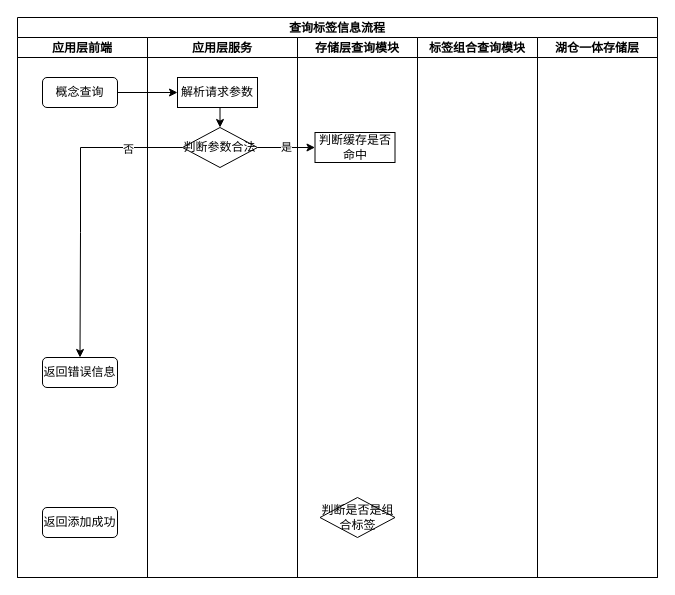
Before: tupian/查询标签信息.drawio in JJFatherL/biyesheji, a draw.io diagram. Source tidied: cells renumbered, new cells numbered last; positions are measured from the earlier drawing's top-left corner, leaving out a move shared by most shapes. Both pictures are drawn from the tidied source at 100%, with x=0, y=0 at pixel (17, 17).
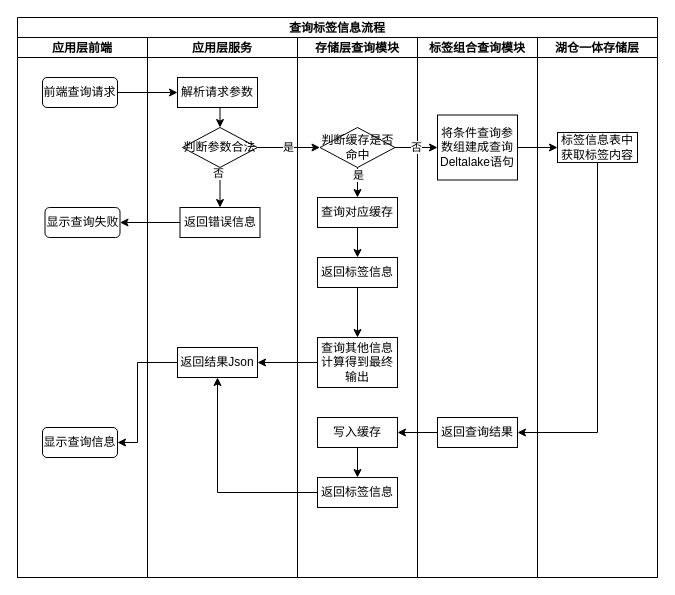
The same page after the edit.

Commit message (it also covers changes not shown here):
更新查询标签信息.drawio

The change refers to these unchanged cells:
```xml
<mxCell id="2" value="查询标签信息流程" style="swimlane;startSize=20;" parent="1" vertex="1">
  <mxGeometry width="640" height="560" as="geometry" />
</mxCell>
<mxCell id="3" value="应用层前端" style="swimlane;startSize=20;" parent="2" vertex="1">
  <mxGeometry y="20" width="130" height="540" as="geometry" />
</mxCell>
<mxCell id="7" value="应用层服务" style="swimlane;startSize=20;" parent="2" vertex="1">
  <mxGeometry x="130" y="20" width="150" height="540" as="geometry" />
</mxCell>
<mxCell id="10" value="判断参数合法" style="rhombus;whiteSpace=wrap;html=1;" parent="7" vertex="1">
  <mxGeometry x="35" y="90" width="75" height="40" as="geometry" />
</mxCell>
<mxCell id="11" value="存储层查询模块" style="swimlane;startSize=20;" parent="2" vertex="1">
  <mxGeometry x="280" y="20" width="120" height="540" as="geometry" />
</mxCell>
<mxCell id="14" value="标签组合查询模块" style="swimlane;startSize=20;" parent="2" vertex="1">
  <mxGeometry x="400" y="20" width="120" height="540" as="geometry" />
</mxCell>
<mxCell id="18" value="湖仓一体存储层" style="swimlane;startSize=20;" parent="2" vertex="1">
  <mxGeometry x="520" y="20" width="120" height="540" as="geometry" />
</mxCell>
```

The edit, as a diff of the source:
```diff
@@
-    <mxCell id="4" value="概念查询" style="rounded=1;whiteSpace=wrap;html=1;" parent="3" vertex="1">
+    <mxCell id="4" value="前端查询请求" style="rounded=1;whiteSpace=wrap;html=1;" parent="3" vertex="1">
       <mxGeometry x="25" y="40" width="75" height="30" as="geometry" />
     </mxCell>
+    <mxCell id="6" value="显示查询信息" style="rounded=1;whiteSpace=wrap;html=1;" parent="3" vertex="1">
+      <mxGeometry x="25" y="390" width="75" height="30" as="geometry" />
+    </mxCell>
-    <mxCell id="5" value="返回错误信息" style="rounded=1;whiteSpace=wrap;html=1;" parent="3" vertex="1">
-      <mxGeometry x="25" y="320" width="75" height="30" as="geometry" />
+    <mxCell id="5" value="显示查询失败" style="rounded=1;whiteSpace=wrap;html=1;" parent="3" vertex="1">
+      <mxGeometry x="27.5" y="170" width="75" height="30" as="geometry" />
     </mxCell>
-    <mxCell id="6" value="返回添加成功" style="rounded=1;whiteSpace=wrap;html=1;" parent="3" vertex="1">
-      <mxGeometry x="25" y="470" width="75" height="30" as="geometry" />
-    </mxCell>
@@
+    <mxCell id="20" style="edgeStyle=orthogonalEdgeStyle;rounded=0;jettySize=auto;html=1;exitX=0.5;exitY=1;exitDx=0;exitDy=0;" parent="7" edge="1" source="10" target="22">
+      <mxGeometry relative="1" as="geometry" />
+    </mxCell>
+    <mxCell id="17" value="否" style="edgeLabel;html=1;align=center;verticalAlign=middle;" parent="20" vertex="1">
+      <mxGeometry x="-0.76" y="-2" relative="1" as="geometry" />
+    </mxCell>
@@
+    <mxCell id="21" value="返回结果Json" style="rounded=0;whiteSpace=wrap;html=1;" parent="7" vertex="1">
+      <mxGeometry x="30" y="310" width="80" height="30" as="geometry" />
+    </mxCell>
+    <mxCell id="22" value="返回错误信息" style="rounded=0;whiteSpace=wrap;html=1;" parent="7" vertex="1">
+      <mxGeometry x="32.5" y="170" width="80" height="30" as="geometry" />
+    </mxCell>
@@
+    <mxCell id="23" style="edgeStyle=orthogonalEdgeStyle;rounded=0;jettySize=auto;html=1;entryX=0.5;entryY=0;entryDx=0;entryDy=0;" parent="11" edge="1" source="12" target="26">
+      <mxGeometry relative="1" as="geometry" />
+    </mxCell>
+    <mxCell id="24" value="是" style="edgeLabel;html=1;align=center;verticalAlign=middle;" parent="23" vertex="1">
+      <mxGeometry x="-0.72" relative="1" as="geometry" />
+    </mxCell>
-    <mxCell id="12" value="判断是否是组合标签" style="rhombus;whiteSpace=wrap;html=1;" parent="11" vertex="1">
-      <mxGeometry x="22.5" y="460" width="75" height="40" as="geometry" />
+    <mxCell id="12" value="判断缓存是否命中" style="rhombus;whiteSpace=wrap;html=1;" parent="11" vertex="1">
+      <mxGeometry x="22.5" y="90" width="75" height="40" as="geometry" />
     </mxCell>
-    <mxCell id="13" value="判断缓存是否命中" style="rounded=0;whiteSpace=wrap;html=1;" parent="11" vertex="1">
-      <mxGeometry x="17.5" y="95" width="80" height="30" as="geometry" />
-    </mxCell>
+    <mxCell id="25" style="edgeStyle=orthogonalEdgeStyle;rounded=0;jettySize=auto;html=1;" parent="11" edge="1" source="26" target="28">
+      <mxGeometry relative="1" as="geometry" />
+    </mxCell>
+    <mxCell id="26" value="查询对应缓存" style="rounded=0;whiteSpace=wrap;html=1;" parent="11" vertex="1">
+      <mxGeometry x="20" y="160" width="80" height="30" as="geometry" />
+    </mxCell>
+    <mxCell id="27" style="edgeStyle=orthogonalEdgeStyle;rounded=0;jettySize=auto;html=1;entryX=0.5;entryY=0;entryDx=0;entryDy=0;" parent="11" edge="1" source="28" target="29">
+      <mxGeometry relative="1" as="geometry" />
+    </mxCell>
+    <mxCell id="28" value="返回标签信息" style="rounded=0;whiteSpace=wrap;html=1;" parent="11" vertex="1">
+      <mxGeometry x="20" y="220" width="80" height="30" as="geometry" />
+    </mxCell>
+    <mxCell id="29" value="查询其他信息计算得到最终输出" style="rounded=0;whiteSpace=wrap;html=1;" parent="11" vertex="1">
+      <mxGeometry x="20" y="300" width="80" height="50" as="geometry" />
+    </mxCell>
+    <mxCell id="30" style="edgeStyle=orthogonalEdgeStyle;rounded=0;jettySize=auto;html=1;exitX=0.5;exitY=1;exitDx=0;exitDy=0;" parent="11" edge="1" source="31" target="32">
+      <mxGeometry relative="1" as="geometry" />
+    </mxCell>
+    <mxCell id="31" value="写入缓存" style="rounded=0;whiteSpace=wrap;html=1;" parent="11" vertex="1">
+      <mxGeometry x="20" y="380" width="80" height="30" as="geometry" />
+    </mxCell>
+    <mxCell id="32" value="返回标签信息" style="rounded=0;whiteSpace=wrap;html=1;" parent="11" vertex="1">
+      <mxGeometry x="20" y="440" width="80" height="30" as="geometry" />
+    </mxCell>
@@
+    <mxCell id="33" value="将条件查询参数组建成查询Deltalake语句" style="rounded=0;whiteSpace=wrap;html=1;" parent="14" vertex="1">
+      <mxGeometry x="20" y="77.5" width="80" height="65" as="geometry" />
+    </mxCell>
+    <mxCell id="34" value="返回查询结果" style="rounded=0;whiteSpace=wrap;html=1;" parent="14" vertex="1">
+      <mxGeometry x="20" y="380" width="80" height="30" as="geometry" />
+    </mxCell>
@@
-    <mxCell id="16" style="edgeStyle=orthogonalEdgeStyle;rounded=0;jettySize=auto;html=1;exitX=0;exitY=0.5;exitDx=0;exitDy=0;entryX=0.5;entryY=0;entryDx=0;entryDy=0;" parent="2" edge="1" source="10" target="5">
-      <mxGeometry relative="1" as="geometry">
-        <Array as="points">
-          <mxPoint x="63" y="130" />
-          <mxPoint x="63" y="215" />
-        </Array>
-      </mxGeometry>
-    </mxCell>
-    <mxCell id="17" value="否" style="edgeLabel;html=1;align=center;verticalAlign=middle;" parent="16" vertex="1">
-      <mxGeometry x="-0.65" y="1" relative="1" as="geometry" />
-    </mxCell>
@@
+    <mxCell id="35" value="标签信息表中获取标签内容" style="rounded=0;whiteSpace=wrap;html=1;" parent="18" vertex="1">
+      <mxGeometry x="20" y="95" width="80" height="30" as="geometry" />
+    </mxCell>
-    <mxCell id="19" value="是" style="edgeStyle=orthogonalEdgeStyle;rounded=0;jettySize=auto;html=1;exitX=1;exitY=0.5;exitDx=0;exitDy=0;" parent="2" edge="1" source="10" target="13">
+    <mxCell id="19" value="是" style="edgeStyle=orthogonalEdgeStyle;rounded=0;jettySize=auto;html=1;exitX=1;exitY=0.5;exitDx=0;exitDy=0;entryX=0;entryY=0.5;entryDx=0;entryDy=0;" parent="2" edge="1" source="10" target="12">
       <mxGeometry relative="1" as="geometry" />
     </mxCell>
+    <mxCell id="36" style="edgeStyle=orthogonalEdgeStyle;rounded=0;jettySize=auto;html=1;entryX=1;entryY=0.5;entryDx=0;entryDy=0;" parent="2" edge="1" source="29" target="21">
+      <mxGeometry relative="1" as="geometry" />
+    </mxCell>
+    <mxCell id="37" style="edgeStyle=orthogonalEdgeStyle;rounded=0;jettySize=auto;html=1;exitX=0;exitY=0.5;exitDx=0;exitDy=0;" parent="2" edge="1" source="22" target="5">
+      <mxGeometry relative="1" as="geometry" />
+    </mxCell>
+    <mxCell id="38" style="edgeStyle=orthogonalEdgeStyle;rounded=0;jettySize=auto;html=1;exitX=0;exitY=0.5;exitDx=0;exitDy=0;entryX=1;entryY=0.5;entryDx=0;entryDy=0;" parent="2" edge="1" source="21" target="6">
+      <mxGeometry relative="1" as="geometry">
+        <Array as="points">
+          <mxPoint x="120" y="345" />
+          <mxPoint x="120" y="425" />
+        </Array>
+      </mxGeometry>
+    </mxCell>
+    <mxCell id="39" value="否" style="edgeStyle=orthogonalEdgeStyle;rounded=0;jettySize=auto;html=1;exitX=1;exitY=0.5;exitDx=0;exitDy=0;entryX=0;entryY=0.5;entryDx=0;entryDy=0;" parent="2" edge="1" source="12" target="33">
+      <mxGeometry relative="1" as="geometry" />
+    </mxCell>
+    <mxCell id="40" style="edgeStyle=orthogonalEdgeStyle;rounded=0;jettySize=auto;html=1;exitX=1;exitY=0.5;exitDx=0;exitDy=0;" parent="2" edge="1" source="33" target="35">
+      <mxGeometry relative="1" as="geometry" />
+    </mxCell>
+    <mxCell id="41" style="edgeStyle=orthogonalEdgeStyle;rounded=0;jettySize=auto;html=1;exitX=0.5;exitY=1;exitDx=0;exitDy=0;entryX=1;entryY=0.5;entryDx=0;entryDy=0;" parent="2" edge="1" source="35" target="34">
+      <mxGeometry relative="1" as="geometry" />
+    </mxCell>
+    <mxCell id="42" style="edgeStyle=orthogonalEdgeStyle;rounded=0;jettySize=auto;html=1;exitX=0;exitY=0.5;exitDx=0;exitDy=0;entryX=1;entryY=0.5;entryDx=0;entryDy=0;" parent="2" edge="1" source="34" target="31">
+      <mxGeometry relative="1" as="geometry" />
+    </mxCell>
+    <mxCell id="43" style="edgeStyle=orthogonalEdgeStyle;rounded=0;jettySize=auto;html=1;exitX=0;exitY=0.5;exitDx=0;exitDy=0;entryX=0.5;entryY=1;entryDx=0;entryDy=0;" parent="2" edge="1" source="32" target="21">
+      <mxGeometry relative="1" as="geometry" />
+    </mxCell>
```
